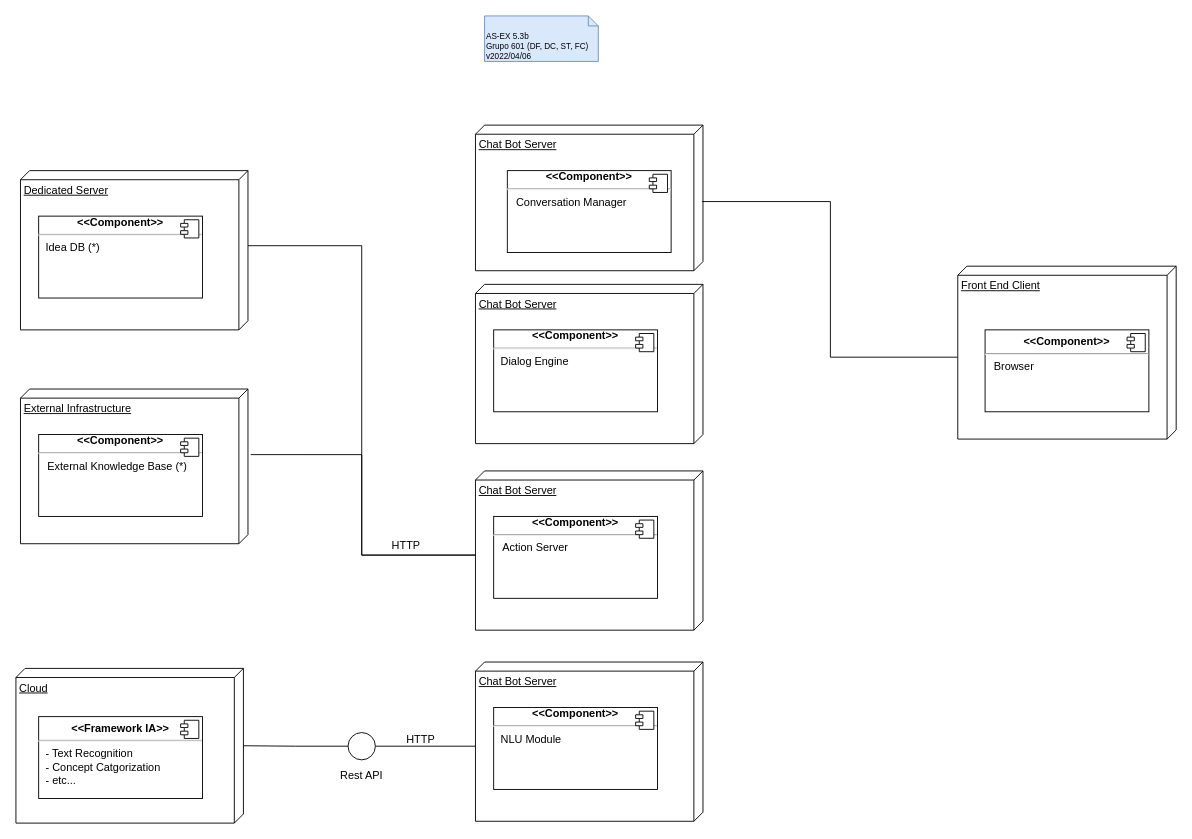
Above: page "5.3b" (3 of 3) of P/P05/P5.drawio in DavidAraujo98/AS (draw.io), before the change. Source tidied: cells renumbered, new cells numbered last; positions are measured from the earlier drawing's top-left corner, leaving out a move shared by most shapes. Both pictures are drawn from the tidied source at 91%, with x=0, y=0 at pixel (15, 15).
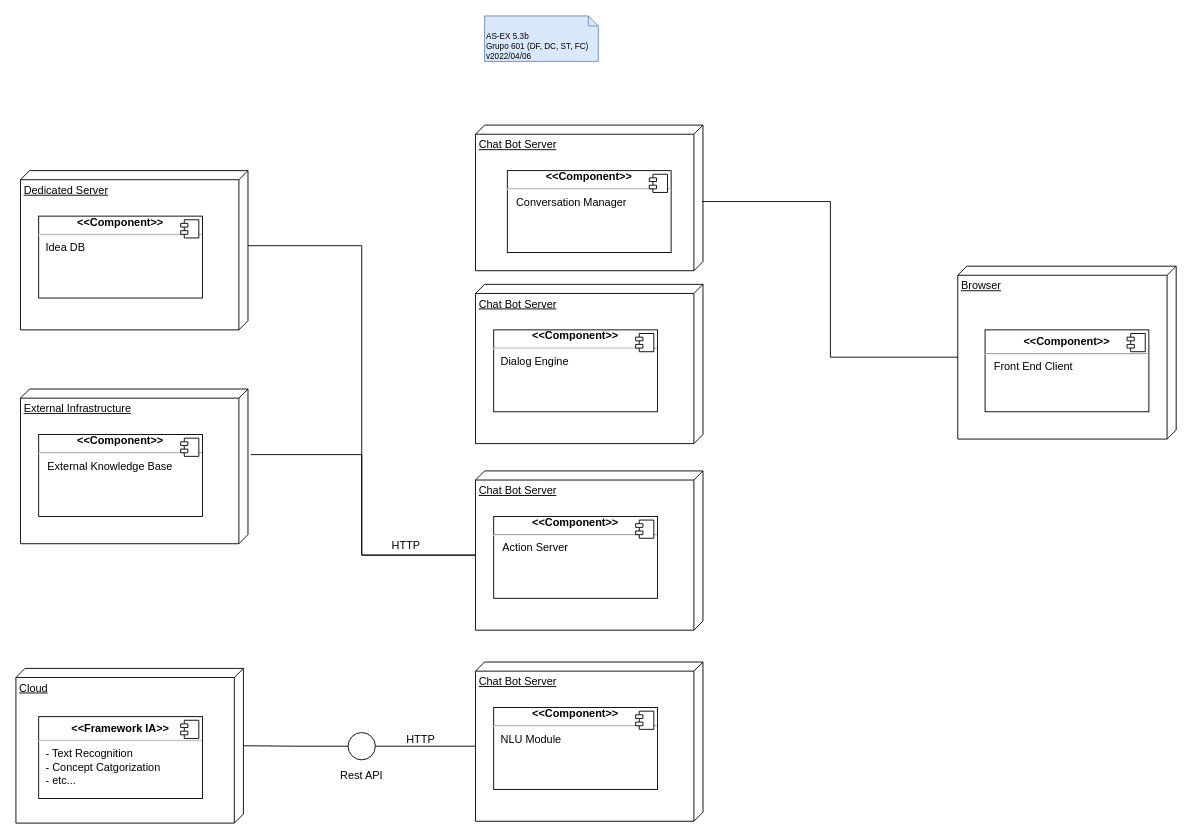
The same page after the edit.

Change to the diagram source:
```diff
@@
-    <mxCell id="11" value="Front End Client" style="verticalAlign=top;align=left;spacingTop=8;spacingLeft=2;spacingRight=12;shape=cube;size=10;direction=south;fontStyle=4;html=1;" parent="1" vertex="1">
+    <mxCell id="11" value="Browser" style="verticalAlign=top;align=left;spacingTop=8;spacingLeft=2;spacingRight=12;shape=cube;size=10;direction=south;fontStyle=4;html=1;" parent="1" vertex="1">
       <mxGeometry x="1035" y="275" width="240" height="190" as="geometry" />
     </mxCell>
@@
-    <mxCell id="24" value="&lt;div style=&quot;text-align: center&quot;&gt;&lt;b&gt;&amp;lt;&amp;lt;Component&amp;gt;&amp;gt;&lt;/b&gt;&lt;/div&gt;&lt;hr style=&quot;text-align: center&quot;&gt;&lt;p style=&quot;margin: 6px 0px 0px&quot;&gt;&amp;nbsp; &amp;nbsp;External Knowledge&amp;nbsp;&lt;span&gt;Base (*)&lt;/span&gt;&lt;/p&gt;" style="align=left;overflow=fill;html=1;" parent="1" vertex="1">
+    <mxCell id="24" value="&lt;div style=&quot;text-align: center&quot;&gt;&lt;b&gt;&amp;lt;&amp;lt;Component&amp;gt;&amp;gt;&lt;/b&gt;&lt;/div&gt;&lt;hr style=&quot;text-align: center&quot;&gt;&lt;p style=&quot;margin: 6px 0px 0px&quot;&gt;&amp;nbsp; &amp;nbsp;External Knowledge&amp;nbsp;&lt;span&gt;Base&amp;nbsp;&lt;/span&gt;&lt;/p&gt;" style="align=left;overflow=fill;html=1;" parent="1" vertex="1">
       <mxGeometry x="25" y="460" width="180" height="90" as="geometry" />
     </mxCell>
@@
-    <mxCell id="26" value="&lt;div style=&quot;text-align: center&quot;&gt;&lt;b&gt;&amp;lt;&amp;lt;Component&amp;gt;&amp;gt;&lt;/b&gt;&lt;/div&gt;&lt;hr style=&quot;text-align: center&quot;&gt;&lt;p style=&quot;margin: 0px ; margin-left: 8px&quot;&gt;&lt;span style=&quot;text-align: center&quot;&gt;Idea DB (*)&lt;/span&gt;&lt;br&gt;&lt;br&gt;&lt;/p&gt;" style="align=left;overflow=fill;html=1;" parent="1" vertex="1">
+    <mxCell id="26" value="&lt;div style=&quot;text-align: center&quot;&gt;&lt;b&gt;&amp;lt;&amp;lt;Component&amp;gt;&amp;gt;&lt;/b&gt;&lt;/div&gt;&lt;hr style=&quot;text-align: center&quot;&gt;&lt;p style=&quot;margin: 0px ; margin-left: 8px&quot;&gt;&lt;span style=&quot;text-align: center&quot;&gt;Idea DB&amp;nbsp;&lt;/span&gt;&lt;br&gt;&lt;br&gt;&lt;/p&gt;" style="align=left;overflow=fill;html=1;" parent="1" vertex="1">
       <mxGeometry x="25" y="220" width="180" height="90" as="geometry" />
     </mxCell>
@@
-    <mxCell id="34" value="&lt;p style=&quot;margin: 0px ; margin-top: 6px ; text-align: center&quot;&gt;&lt;b&gt;&amp;lt;&amp;lt;Component&amp;gt;&amp;gt;&lt;/b&gt;&lt;/p&gt;&lt;hr&gt;&lt;span&gt;&lt;div&gt;&lt;span&gt;&amp;nbsp; &amp;nbsp;Browser&amp;nbsp;&lt;/span&gt;&lt;/div&gt;&lt;/span&gt;" style="align=left;overflow=fill;html=1;" parent="1" vertex="1">
+    <mxCell id="34" value="&lt;p style=&quot;margin: 0px ; margin-top: 6px ; text-align: center&quot;&gt;&lt;b&gt;&amp;lt;&amp;lt;Component&amp;gt;&amp;gt;&lt;/b&gt;&lt;/p&gt;&lt;hr&gt;&lt;span&gt;&lt;div&gt;&lt;span&gt;&amp;nbsp; &amp;nbsp;Front End Client&amp;nbsp;&lt;/span&gt;&lt;/div&gt;&lt;/span&gt;" style="align=left;overflow=fill;html=1;" parent="1" vertex="1">
       <mxGeometry x="1065" y="345" width="180" height="90" as="geometry" />
     </mxCell>
```
